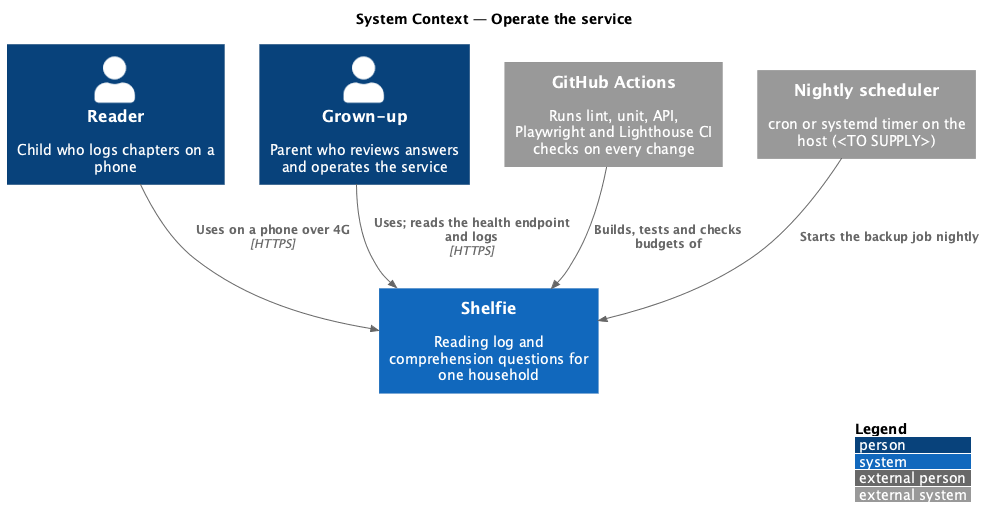
Earlier version of the PlantUML export docs/detailed-designs/platform/operate-service/diagrams/c4-context.png (QuinntyneBrown/shelfie).
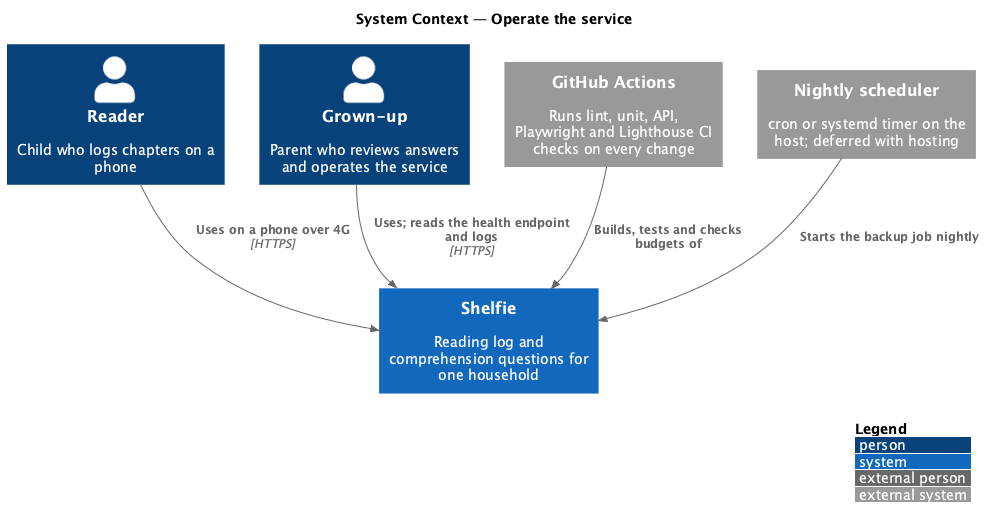
The same file after the commit.

Change to the diagram source:
```diff
@@ -7,7 +7,7 @@
 Person(grownUp, "Grown-up", "Parent who reviews answers and operates the service")
 System(shelfie, "Shelfie", "Reading log and comprehension questions for one household")
 System_Ext(ci, "GitHub Actions", "Runs lint, unit, API, Playwright and Lighthouse CI checks on every change")
-System_Ext(scheduler, "Nightly scheduler", "cron or systemd timer on the host (<TO SUPPLY>)")
+System_Ext(scheduler, "Nightly scheduler", "cron or systemd timer on the host; deferred with hosting")
 
 Rel(reader, shelfie, "Uses on a phone over 4G", "HTTPS")
 Rel(grownUp, shelfie, "Uses; reads the health endpoint and logs", "HTTPS")
```
